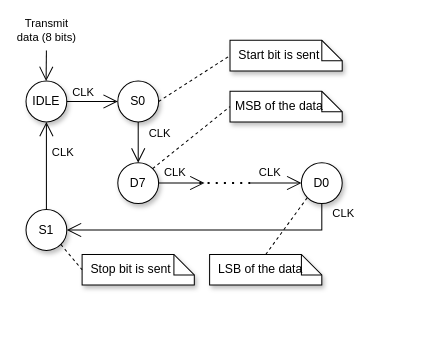
Earlier version of the draw.io diagram docs/diagrams/peripherals/auxiliary/uart/mini_uart_state_machine.drawio (silhavyj/ZeroMate). Source tidied: cells renumbered, new cells numbered last; positions are measured from the earlier drawing's top-left corner, leaving out a move shared by most shapes. Both pictures are drawn from the tidied source at 102%, with x=0, y=0 at pixel (26, 40).
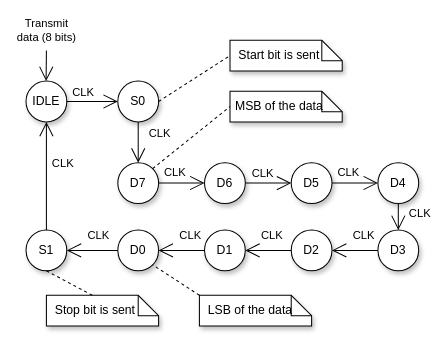
After the change.

Commit message (it also covers changes not shown here):
Modified UML diagrams

Diff of the diagram source:
```diff
@@
+    <mxCell id="30" value="D6" style="ellipse;whiteSpace=wrap;html=1;fontFamily=Computer Modern;shadow=1;" parent="1" vertex="1">
+      <mxGeometry x="175" y="120" width="40" height="40" as="geometry" />
+    </mxCell>
-    <mxCell id="9" style="endArrow=open;endFill=1;endSize=12;html=1;rounded=0;exitX=1;exitY=0.5;exitDx=0;exitDy=0;entryX=0;entryY=0.5;entryDx=0;entryDy=0;fontFamily=Computer Modern;" parent="1" edge="1">
+    <mxCell id="9" style="endArrow=open;endFill=1;endSize=12;html=1;rounded=0;exitX=1;exitY=0.5;exitDx=0;exitDy=0;entryX=0;entryY=0.5;entryDx=0;entryDy=0;fontFamily=Computer Modern;" parent="1" edge="1" target="30">
       <mxGeometry relative="1" as="geometry">
         <mxPoint x="130" y="139.8" as="sourcePoint" />
-        <mxPoint x="175" y="140" as="targetPoint" />
       </mxGeometry>
     </mxCell>
@@
+    <mxCell id="31" value="D5" style="ellipse;whiteSpace=wrap;html=1;fontFamily=Computer Modern;shadow=1;" parent="1" vertex="1">
+      <mxGeometry x="260" y="120" width="40" height="40" as="geometry" />
+    </mxCell>
+    <mxCell id="32" value="D4" style="ellipse;whiteSpace=wrap;html=1;fontFamily=Computer Modern;shadow=1;" parent="1" vertex="1">
+      <mxGeometry x="345" y="120" width="40" height="40" as="geometry" />
+    </mxCell>
-    <mxCell id="12" style="endArrow=open;endFill=1;endSize=12;html=1;rounded=0;exitX=1;exitY=0.5;exitDx=0;exitDy=0;entryX=0;entryY=0.5;entryDx=0;entryDy=0;fontFamily=Computer Modern;" parent="1" edge="1" target="28">
+    <mxCell id="12" style="endArrow=open;endFill=1;endSize=12;html=1;rounded=0;exitX=1;exitY=0.5;exitDx=0;exitDy=0;entryX=0;entryY=0.5;entryDx=0;entryDy=0;fontFamily=Computer Modern;" parent="1" edge="1" target="32">
       <mxGeometry relative="1" as="geometry">
-        <mxPoint x="220" y="139.8" as="sourcePoint" />
+        <mxPoint x="300" y="139.8" as="sourcePoint" />
       </mxGeometry>
     </mxCell>
@@
+    <mxCell id="33" style="endArrow=open;endFill=1;endSize=12;html=1;rounded=0;exitX=1;exitY=0.5;exitDx=0;exitDy=0;entryX=0;entryY=0.5;entryDx=0;entryDy=0;fontFamily=Computer Modern;" parent="1" edge="1" source="30" target="31">
+      <mxGeometry relative="1" as="geometry" />
+    </mxCell>
+    <mxCell id="34" value="CLK" style="edgeLabel;html=1;align=center;verticalAlign=middle;fontFamily=Computer Modern;" parent="33" vertex="1">
+      <mxGeometry x="-0.05" y="-3" relative="1" as="geometry">
+        <mxPoint x="-5" y="-13" as="offset" />
+      </mxGeometry>
+    </mxCell>
+    <mxCell id="28" value="D0" style="ellipse;whiteSpace=wrap;html=1;fontFamily=Computer Modern;shadow=1;" parent="1" vertex="1">
+      <mxGeometry x="90" y="186" width="40" height="40" as="geometry" />
+    </mxCell>
+    <mxCell id="35" value="D1" style="ellipse;whiteSpace=wrap;html=1;fontFamily=Computer Modern;shadow=1;" parent="1" vertex="1">
+      <mxGeometry x="175" y="186" width="40" height="40" as="geometry" />
+    </mxCell>
+    <mxCell id="36" style="endArrow=open;endFill=1;endSize=12;html=1;rounded=0;exitX=0;exitY=0.5;exitDx=0;exitDy=0;entryX=1;entryY=0.5;entryDx=0;entryDy=0;fontFamily=Computer Modern;" parent="1" edge="1" source="35" target="28">
+      <mxGeometry relative="1" as="geometry" />
+    </mxCell>
+    <mxCell id="37" value="CLK" style="edgeLabel;html=1;align=center;verticalAlign=middle;fontFamily=Computer Modern;" parent="36" vertex="1">
+      <mxGeometry x="-0.05" y="-3" relative="1" as="geometry">
+        <mxPoint x="6" y="-13" as="offset" />
+      </mxGeometry>
+    </mxCell>
+    <mxCell id="38" value="D2" style="ellipse;whiteSpace=wrap;html=1;fontFamily=Computer Modern;shadow=1;" parent="1" vertex="1">
+      <mxGeometry x="260" y="186" width="40" height="40" as="geometry" />
+    </mxCell>
+    <mxCell id="39" value="D3" style="ellipse;whiteSpace=wrap;html=1;fontFamily=Computer Modern;shadow=1;" parent="1" vertex="1">
+      <mxGeometry x="345" y="186" width="40" height="40" as="geometry" />
+    </mxCell>
+    <mxCell id="40" style="endArrow=open;endFill=1;endSize=12;html=1;rounded=0;exitX=0;exitY=0.5;exitDx=0;exitDy=0;entryX=1;entryY=0.5;entryDx=0;entryDy=0;fontFamily=Computer Modern;" parent="1" edge="1" source="39" target="38">
+      <mxGeometry relative="1" as="geometry" />
+    </mxCell>
+    <mxCell id="41" value="CLK" style="edgeLabel;html=1;align=center;verticalAlign=middle;fontFamily=Computer Modern;" parent="40" vertex="1">
+      <mxGeometry x="-0.05" y="-3" relative="1" as="geometry">
+        <mxPoint x="6" y="-13" as="offset" />
+      </mxGeometry>
+    </mxCell>
+    <mxCell id="42" style="endArrow=open;endFill=1;endSize=12;html=1;rounded=0;exitX=0;exitY=0.5;exitDx=0;exitDy=0;entryX=1;entryY=0.5;entryDx=0;entryDy=0;fontFamily=Computer Modern;" parent="1" edge="1" source="38" target="35">
+      <mxGeometry relative="1" as="geometry" />
+    </mxCell>
+    <mxCell id="43" value="CLK" style="edgeLabel;html=1;align=center;verticalAlign=middle;fontFamily=Computer Modern;" parent="42" vertex="1">
+      <mxGeometry x="-0.05" y="-3" relative="1" as="geometry">
+        <mxPoint x="1" y="-13" as="offset" />
+      </mxGeometry>
+    </mxCell>
+    <mxCell id="44" style="endArrow=open;endFill=1;endSize=12;html=1;rounded=0;exitX=0.5;exitY=1;exitDx=0;exitDy=0;entryX=0.5;entryY=0;entryDx=0;entryDy=0;fontFamily=Computer Modern;" parent="1" edge="1" source="32" target="39">
+      <mxGeometry relative="1" as="geometry">
+        <Array as="points">
+          <mxPoint x="365" y="180" />
+        </Array>
+      </mxGeometry>
+    </mxCell>
+    <mxCell id="45" value="CLK" style="edgeLabel;html=1;align=center;verticalAlign=middle;fontFamily=Computer Modern;" parent="44" vertex="1">
+      <mxGeometry x="-0.05" y="-3" relative="1" as="geometry">
+        <mxPoint x="23" y="-3" as="offset" />
+      </mxGeometry>
+    </mxCell>
     <mxCell id="14" value="S1" style="ellipse;whiteSpace=wrap;html=1;fontFamily=Computer Modern;shadow=1;" parent="1" vertex="1">
-      <mxGeometry y="166" width="40" height="40" as="geometry" />
+      <mxGeometry y="186" width="40" height="40" as="geometry" />
     </mxCell>
-    <mxCell id="15" style="endArrow=open;endFill=1;endSize=12;html=1;rounded=0;exitX=0.5;exitY=1;exitDx=0;exitDy=0;entryX=1;entryY=0.5;entryDx=0;entryDy=0;fontFamily=Computer Modern;" parent="1" edge="1" source="28" target="14">
-      <mxGeometry relative="1" as="geometry">
-        <Array as="points">
-          <mxPoint x="290" y="186" />
-        </Array>
-      </mxGeometry>
+    <mxCell id="15" style="endArrow=open;endFill=1;endSize=12;html=1;rounded=0;exitX=0;exitY=0.5;exitDx=0;exitDy=0;entryX=1;entryY=0.5;entryDx=0;entryDy=0;fontFamily=Computer Modern;" parent="1" edge="1" source="28" target="14">
+      <mxGeometry relative="1" as="geometry" />
     </mxCell>
     <mxCell id="16" value="CLK" style="edgeLabel;html=1;align=center;verticalAlign=middle;fontFamily=Computer Modern;" parent="15" vertex="1">
       <mxGeometry x="-0.05" y="-3" relative="1" as="geometry">
-        <mxPoint x="125" y="-14" as="offset" />
+        <mxPoint x="4" y="-13" as="offset" />
       </mxGeometry>
     </mxCell>
@@
     <mxCell id="20" value="&amp;nbsp; Stop bit is sent" style="shape=note;size=20;whiteSpace=wrap;html=1;fontFamily=Computer Modern;shadow=1;align=left;" parent="1" vertex="1">
-      <mxGeometry x="55" y="210" width="110" height="30" as="geometry" />
+      <mxGeometry x="20" y="250" width="110" height="30" as="geometry" />
     </mxCell>
-    <mxCell id="21" style="endArrow=none;dashed=1;html=1;rounded=0;entryX=0;entryY=0.5;entryDx=0;entryDy=0;entryPerimeter=0;exitX=1;exitY=1;exitDx=0;exitDy=0;" parent="1" edge="1" source="14" target="20">
+    <mxCell id="21" style="endArrow=none;dashed=1;html=1;rounded=0;entryX=0;entryY=0;entryDx=45;entryDy=0;entryPerimeter=0;exitX=0.5;exitY=1;exitDx=0;exitDy=0;" parent="1" edge="1" source="14" target="20">
       <mxGeometry relative="1" as="geometry" />
     </mxCell>
     <mxCell id="22" value="&amp;nbsp; LSB of the data" style="shape=note;size=20;whiteSpace=wrap;html=1;fontFamily=Computer Modern;shadow=1;align=left;" parent="1" vertex="1">
-      <mxGeometry x="180" y="210" width="110" height="30" as="geometry" />
+      <mxGeometry x="170" y="250" width="110" height="30" as="geometry" />
     </mxCell>
@@
-    <mxCell id="25" style="endArrow=none;dashed=1;html=1;rounded=0;entryX=0;entryY=1;entryDx=0;entryDy=0;exitX=0.5;exitY=0;exitDx=0;exitDy=0;exitPerimeter=0;" parent="1" edge="1" source="22" target="28">
+    <mxCell id="25" style="endArrow=none;dashed=1;html=1;rounded=0;entryX=1;entryY=1;entryDx=0;entryDy=0;exitX=0;exitY=0;exitDx=0;exitDy=0;exitPerimeter=0;" parent="1" edge="1" source="22" target="28">
       <mxGeometry relative="1" as="geometry" />
     </mxCell>
@@
-    <mxCell id="28" value="D0" style="ellipse;whiteSpace=wrap;html=1;fontFamily=Computer Modern;shadow=1;" parent="1" vertex="1">
-      <mxGeometry x="270" y="120" width="40" height="40" as="geometry" />
-    </mxCell>
-    <mxCell id="29" style="endArrow=none;dashed=1;html=1;dashPattern=1 3;strokeWidth=2;rounded=0;" parent="1" edge="1">
-      <mxGeometry relative="1" as="geometry">
-        <mxPoint x="170" y="140" as="sourcePoint" />
-        <mxPoint x="220" y="140" as="targetPoint" />
-      </mxGeometry>
-    </mxCell>
```
